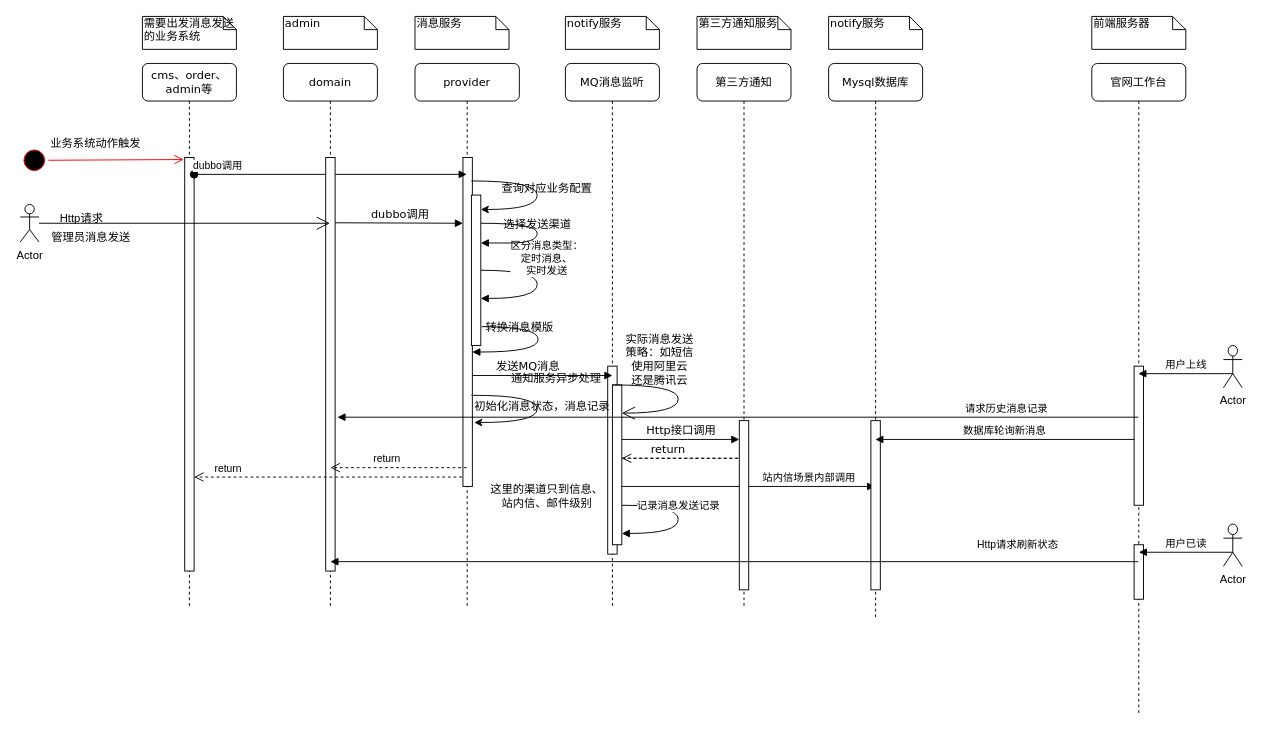
Rain-ziyu/img keeps this draw.io diagram as 消息通知服务架构图.drawio. Above is the earlier version. Source tidied: cells renumbered, new cells numbered last; positions are measured from the earlier drawing's top-left corner, leaving out a move shared by most shapes. Both pictures are drawn from the tidied source at 94%, with x=0, y=0 at pixel (20, 16).
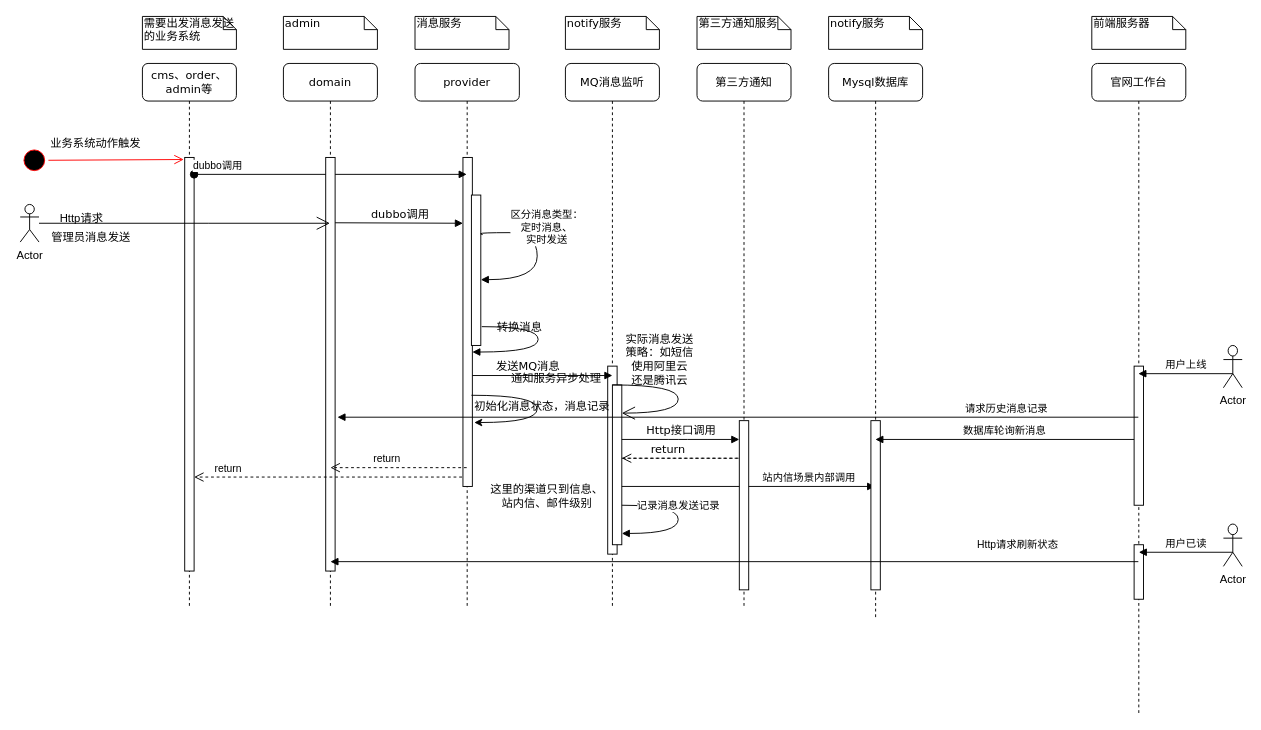
After the change.

Commit message:
更新消息通知服务架构图.drawio

The change refers to these unchanged cells:
```xml
<mxCell id="3" value="provider" style="shape=umlLifeline;perimeter=lifelinePerimeter;whiteSpace=wrap;html=1;outlineConnect=0;rounded=1;shadow=0;comic=0;labelBackgroundColor=none;strokeWidth=1;fontFamily=Verdana;fontSize=12;align=center;" parent="1" vertex="1">
  <mxGeometry x="420" y="50" width="111" height="580" as="geometry" />
</mxCell>
<mxCell id="7" style="html=1;points=[];perimeter=orthogonalPerimeter;rounded=0;shadow=0;comic=0;labelBackgroundColor=none;strokeWidth=1;fontFamily=Verdana;fontSize=12;align=center;" parent="3" vertex="1">
  <mxGeometry x="60" y="140" width="10" height="160" as="geometry" />
</mxCell>
<mxCell id="9" value="MQ消息监听" style="shape=umlLifeline;perimeter=lifelinePerimeter;whiteSpace=wrap;html=1;rounded=1;shadow=0;comic=0;labelBackgroundColor=none;strokeWidth=1;fontFamily=Verdana;fontSize=12;align=center;" parent="1" vertex="1">
  <mxGeometry x="580" y="50" width="100" height="580" as="geometry" />
</mxCell>
```

What changed in the source:
```diff
@@
-    <mxCell id="2" value="区分消息类型：&lt;br&gt;定时消息、&lt;br&gt;实时发送" style="html=1;verticalAlign=bottom;endArrow=block;rounded=0;edgeStyle=orthogonalEdgeStyle;curved=1;" parent="1" edge="1">
-      <mxGeometry x="-0.07" y="10" relative="1" as="geometry">
-        <mxPoint x="490" y="270" as="sourcePoint" />
-        <mxPoint x="490" y="300" as="targetPoint" />
-        <Array as="points">
-          <mxPoint x="550" y="270" />
-          <mxPoint x="550" y="300" />
-          <mxPoint x="490" y="300" />
-        </Array>
-      </mxGeometry>
-    </mxCell>
@@
-    <mxCell id="5" value="选择发送渠道" style="html=1;verticalAlign=bottom;endArrow=block;labelBackgroundColor=none;fontFamily=Verdana;fontSize=12;elbow=vertical;edgeStyle=orthogonalEdgeStyle;curved=1;" parent="3" edge="1">
-      <mxGeometry relative="1" as="geometry">
-        <mxPoint x="70" y="170" as="sourcePoint" />
-        <mxPoint x="70" y="191" as="targetPoint" />
-        <Array as="points">
-          <mxPoint x="130" y="170" />
-          <mxPoint x="130" y="191" />
-          <mxPoint x="72" y="191" />
-        </Array>
-      </mxGeometry>
-    </mxCell>
-    <mxCell id="6" style="endArrow=classic;html=1;rounded=0;edgeStyle=orthogonalEdgeStyle;curved=1;entryX=1;entryY=0.096;entryDx=0;entryDy=0;entryPerimeter=0;" parent="3" edge="1" target="7">
-      <mxGeometry relative="1" as="geometry">
-        <mxPoint x="60" y="125" as="sourcePoint" />
-        <Array as="points">
-          <mxPoint x="130" y="125" />
-          <mxPoint x="130" y="155" />
-        </Array>
-      </mxGeometry>
-    </mxCell>
@@
-    <mxCell id="8" value="转换消息模版" style="html=1;verticalAlign=bottom;endArrow=block;labelBackgroundColor=none;fontFamily=Verdana;fontSize=12;elbow=vertical;edgeStyle=orthogonalEdgeStyle;curved=1;" parent="3" edge="1">
+    <mxCell id="8" value="转换消息" style="html=1;verticalAlign=bottom;endArrow=block;labelBackgroundColor=none;fontFamily=Verdana;fontSize=12;elbow=vertical;edgeStyle=orthogonalEdgeStyle;curved=1;" parent="3" edge="1">
       <mxGeometry x="-0.49" y="-10" relative="1" as="geometry">
         <mxPoint x="71" y="280" as="sourcePoint" />
         <mxPoint x="61" y="307" as="targetPoint" />
         <Array as="points">
           <mxPoint x="131" y="280" />
           <mxPoint x="131" y="307" />
         </Array>
       </mxGeometry>
     </mxCell>
+    <mxCell id="2" value="区分消息类型：&lt;br&gt;定时消息、&lt;br&gt;实时发送" style="html=1;verticalAlign=bottom;endArrow=block;rounded=0;edgeStyle=orthogonalEdgeStyle;curved=1;exitX=1.2;exitY=0.263;exitDx=0;exitDy=0;exitPerimeter=0;" parent="3" edge="1" source="7">
+      <mxGeometry x="-0.07" y="10" relative="1" as="geometry">
+        <mxPoint x="70" y="230" as="targetPoint" />
+        <Array as="points">
+          <mxPoint x="70" y="182" />
+          <mxPoint x="70" y="180" />
+          <mxPoint x="130" y="180" />
+          <mxPoint x="130" y="230" />
+        </Array>
+      </mxGeometry>
+    </mxCell>
@@
-    <mxCell id="10" value="查询对应业务配置" style="text;html=1;align=center;verticalAlign=middle;strokeColor=none;fillColor=none;" parent="9" vertex="1">
-      <mxGeometry x="-80" y="118" width="120" height="30" as="geometry" />
-    </mxCell>
```
